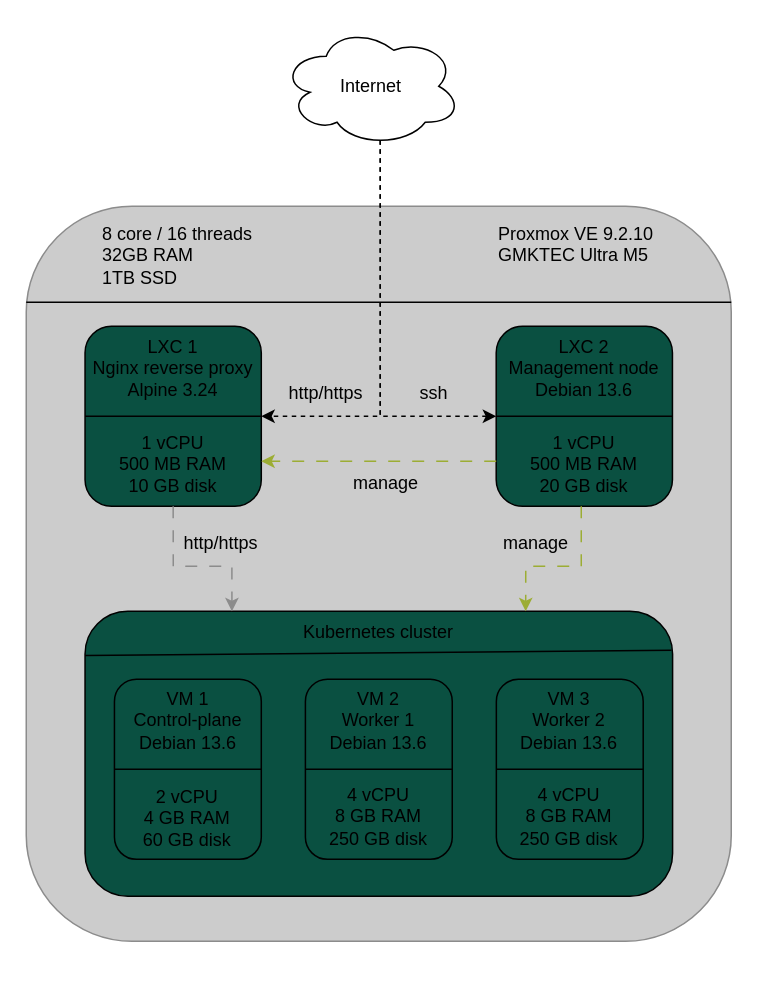
Before: docs/images/1-high-level-architecture.drawio in Joao-Andrade/homelab-devops, a draw.io diagram. Source tidied: cells renumbered, new cells numbered last; positions are measured from the earlier drawing's top-left corner, leaving out a move shared by most shapes. Both pictures are drawn from the tidied source at 150%, with x=0, y=0 at pixel (26, 26).
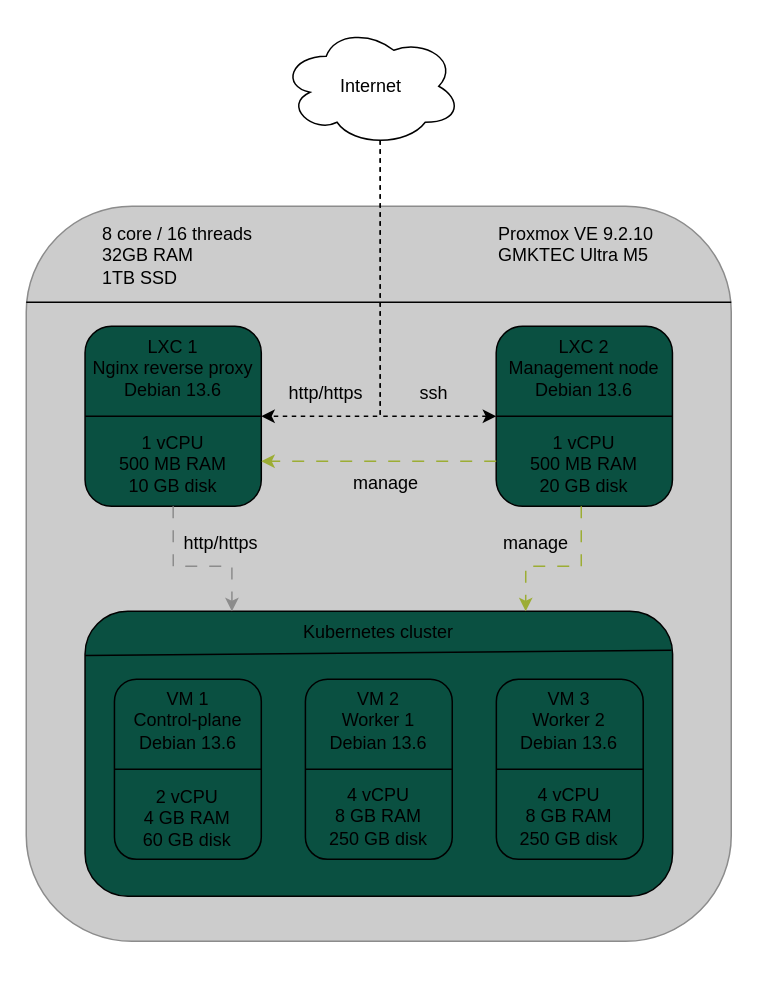
Above is the later version.

The change refers to these unchanged cells:
```xml
<mxCell id="8" style="group;" parent="3" vertex="1">
  <mxGeometry x="39.2" y="80" width="117.5" height="120" as="geometry" />
</mxCell>
```

Change to the diagram source:
```diff
@@
-    <mxCell id="9" value="LXC 1&lt;div&gt;Nginx reverse proxy&lt;/div&gt;&lt;div&gt;Alpine 3.24&lt;/div&gt;" style="rounded=1;whiteSpace=wrap;html=1;fillColor=light-dark(#0A5041,#0A5041);strokeColor=default;verticalAlign=top;" parent="8" vertex="1">
+    <mxCell id="9" value="LXC 1&lt;div&gt;Nginx reverse proxy&lt;/div&gt;&lt;div&gt;Debian 13.6&lt;/div&gt;" style="rounded=1;whiteSpace=wrap;html=1;fillColor=light-dark(#0A5041,#0A5041);strokeColor=default;verticalAlign=top;" parent="8" vertex="1">
       <mxGeometry width="117.5" height="120" as="geometry" />
     </mxCell>
```
